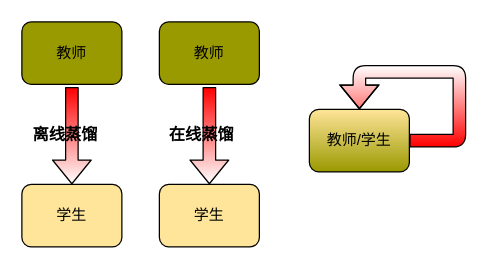
Noeverer/Mindmap keeps this draw.io diagram as diff-KD.drawio. Above is the earlier version. Source tidied: cells renumbered, new cells numbered last; positions are measured from the earlier drawing's top-left corner, leaving out a move shared by most shapes. Both pictures are drawn from the tidied source at 125%, with x=0, y=0 at pixel (21, 21).
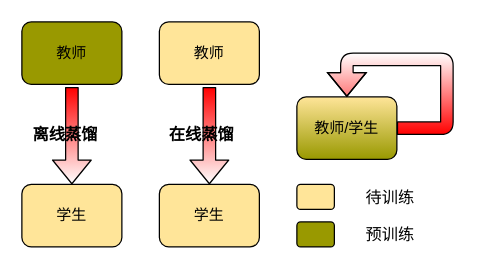
The same page after the edit.

The edit, as a diff of the source:
```diff
@@
 <mxGraphModel>
   <root>
     <mxCell id="0" />
     <mxCell id="1" parent="0" />
     <mxCell id="2" value="教师" style="rounded=1;whiteSpace=wrap;html=1;fillColor=#999900;" parent="1" vertex="1">
       <mxGeometry width="80" height="50" as="geometry" />
     </mxCell>
     <mxCell id="3" value="学生" style="rounded=1;whiteSpace=wrap;html=1;fillColor=#FFE599;" parent="1" vertex="1">
       <mxGeometry y="130" width="80" height="50" as="geometry" />
     </mxCell>
     <mxCell id="4" style="shape=flexArrow;endArrow=classic;html=1;fillColor=#ffffff;gradientColor=#FF0000;gradientDirection=north;" parent="1" edge="1">
       <mxGeometry relative="1" as="geometry">
         <mxPoint x="40" y="52" as="sourcePoint" />
         <mxPoint x="40" y="130" as="targetPoint" />
       </mxGeometry>
     </mxCell>
-    <mxCell id="5" value="教师" style="rounded=1;whiteSpace=wrap;html=1;fillColor=#999900;" parent="1" vertex="1">
+    <mxCell id="5" value="教师" style="rounded=1;whiteSpace=wrap;html=1;fillColor=#FFE599;" parent="1" vertex="1">
       <mxGeometry x="110" width="80" height="50" as="geometry" />
     </mxCell>
     <mxCell id="6" value="学生" style="rounded=1;whiteSpace=wrap;html=1;fillColor=#FFE599;" parent="1" vertex="1">
       <mxGeometry x="110" y="130" width="80" height="50" as="geometry" />
     </mxCell>
     <mxCell id="7" style="shape=flexArrow;endArrow=classic;html=1;fillColor=#ffffff;gradientColor=#FF0000;gradientDirection=north;" parent="1" edge="1">
       <mxGeometry relative="1" as="geometry">
         <mxPoint x="150" y="52" as="sourcePoint" />
         <mxPoint x="150" y="130" as="targetPoint" />
       </mxGeometry>
     </mxCell>
     <mxCell id="8" value="教师/学生" style="rounded=1;whiteSpace=wrap;html=1;fillColor=#999900;gradientColor=#FFE599;gradientDirection=north;" parent="1" vertex="1">
-      <mxGeometry x="230" y="70" width="80" height="50" as="geometry" />
+      <mxGeometry x="220" y="60" width="80" height="50" as="geometry" />
     </mxCell>
     <mxCell id="9" value="离线蒸馏" style="text;html=1;strokeColor=none;fillColor=none;align=center;verticalAlign=middle;whiteSpace=wrap;rounded=0;fontStyle=1;fontSize=13;" parent="1" vertex="1">
       <mxGeometry y="80" width="70" height="20" as="geometry" />
     </mxCell>
     <mxCell id="10" value="在线蒸馏" style="text;html=1;strokeColor=none;fillColor=none;align=center;verticalAlign=middle;whiteSpace=wrap;rounded=0;fontStyle=1;fontSize=13;" parent="1" vertex="1">
       <mxGeometry x="110" y="80" width="67.5" height="20" as="geometry" />
     </mxCell>
     <mxCell id="11" style="edgeStyle=orthogonalEdgeStyle;orthogonalLoop=1;jettySize=auto;html=1;exitX=1;exitY=0.5;exitDx=0;exitDy=0;entryX=0.5;entryY=0;entryDx=0;entryDy=0;fillColor=#ffffff;gradientColor=#FF0000;fontSize=11;rounded=1;gradientDirection=south;shape=flexArrow;" parent="1" edge="1" source="8" target="8">
       <mxGeometry relative="1" as="geometry">
         <Array as="points">
-          <mxPoint x="350" y="95" />
-          <mxPoint x="350" y="40" />
-          <mxPoint x="270" y="40" />
+          <mxPoint x="340" y="85" />
+          <mxPoint x="340" y="30" />
+          <mxPoint x="260" y="30" />
         </Array>
       </mxGeometry>
     </mxCell>
+    <mxCell id="12" style="rounded=1;whiteSpace=wrap;html=1;fillColor=#FFE599;gradientColor=#FFE599;fontSize=13;" parent="1" vertex="1">
+      <mxGeometry x="220" y="130" width="30" height="20" as="geometry" />
+    </mxCell>
+    <mxCell id="13" value="待训练" style="text;html=1;strokeColor=none;fillColor=none;align=center;verticalAlign=middle;whiteSpace=wrap;rounded=0;fontSize=13;" parent="1" vertex="1">
+      <mxGeometry x="270" y="130" width="50" height="20" as="geometry" />
+    </mxCell>
+    <mxCell id="14" style="rounded=1;whiteSpace=wrap;html=1;fontSize=13;fillColor=#999900;" parent="1" vertex="1">
+      <mxGeometry x="220" y="160" width="30" height="20" as="geometry" />
+    </mxCell>
+    <mxCell id="15" value="预训练" style="text;html=1;strokeColor=none;fillColor=none;align=center;verticalAlign=middle;whiteSpace=wrap;rounded=0;fontSize=13;" parent="1" vertex="1">
+      <mxGeometry x="270" y="160" width="50" height="20" as="geometry" />
+    </mxCell>
   </root>
 </mxGraphModel>
```
